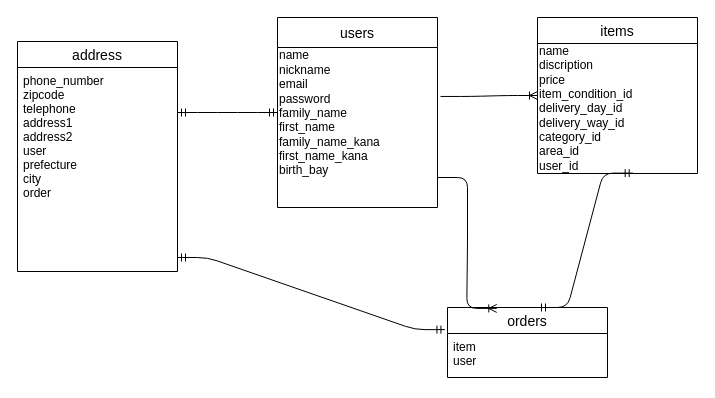
Before: page "ページ1" (1 of 2) of ER.dio in ababab0020/furima-38506, a draw.io diagram. Source tidied: cells renumbered, new cells numbered last; positions are measured from the earlier drawing's top-left corner, leaving out a move shared by most shapes. Both pictures are drawn from the tidied source at 100%, with x=0, y=0 at pixel (17, 17).
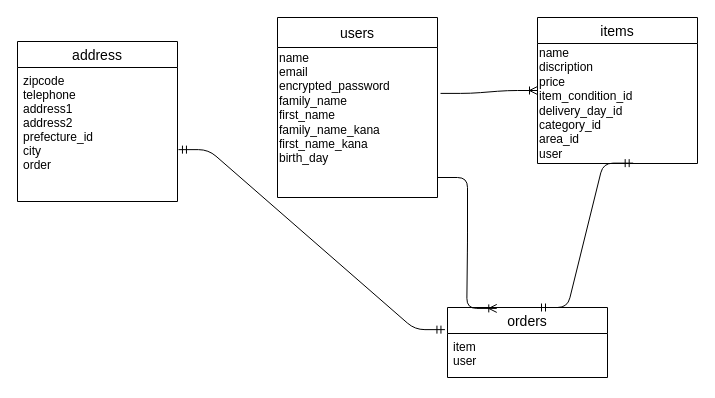
After the change.

Commit message:
データベース設計その５

The edit, as a diff of the source:
```diff
@@
 <mxGraphModel>
   <root>
     <mxCell id="0" />
     <mxCell id="1" parent="0" />
     <mxCell id="2" value="address" style="swimlane;fontStyle=0;horizontal=1;startSize=26;align=center;fontSize=14;" parent="1" vertex="1">
-      <mxGeometry y="24" width="160" height="230" as="geometry" />
+      <mxGeometry y="24" width="160" height="160" as="geometry" />
     </mxCell>
-    <mxCell id="3" value="phone_number&#10;zipcode&#10;telephone&#10;address1&#10;address2&#10;user&#10;prefecture&#10;city&#10;order" style="text;strokeColor=none;fillColor=none;spacingLeft=4;spacingRight=4;overflow=hidden;points=[[0,0.5],[1,0.5]];portConstraint=eastwest;fontSize=12;" parent="2" vertex="1">
-      <mxGeometry y="26" width="160" height="204" as="geometry" />
+    <mxCell id="3" value="zipcode&#10;telephone&#10;address1&#10;address2&#10;prefecture_id&#10;city&#10;order" style="text;strokeColor=none;fillColor=none;spacingLeft=4;spacingRight=4;overflow=hidden;points=[[0,0.5],[1,0.5]];portConstraint=eastwest;fontSize=12;" parent="2" vertex="1">
+      <mxGeometry y="26" width="160" height="134" as="geometry" />
     </mxCell>
-    <mxCell id="4" style="edgeStyle=entityRelationEdgeStyle;fontSize=12;html=1;endArrow=ERmandOne;startArrow=ERmandOne;" parent="1" edge="1" target="5">
-      <mxGeometry relative="1" as="geometry">
-        <mxPoint x="160" y="95" as="sourcePoint" />
-      </mxGeometry>
-    </mxCell>
     <mxCell id="5" value="users" style="swimlane;fontStyle=0;horizontal=1;startSize=30;align=center;fontSize=14;" parent="1" vertex="1">
-      <mxGeometry x="260" width="160" height="190" as="geometry" />
+      <mxGeometry x="260" width="160" height="180" as="geometry" />
     </mxCell>
-    <mxCell id="6" value="&lt;div&gt;&lt;span&gt;name&lt;/span&gt;&lt;/div&gt;&lt;div&gt;&lt;span&gt;nickname&lt;/span&gt;&lt;/div&gt;&lt;div&gt;&lt;span&gt;email&lt;/span&gt;&lt;/div&gt;&lt;div&gt;&lt;span&gt;password&lt;/span&gt;&lt;/div&gt;&lt;div&gt;&lt;span&gt;family_name&lt;/span&gt;&lt;/div&gt;&lt;div&gt;&lt;span&gt;first_name&lt;/span&gt;&lt;/div&gt;&lt;div&gt;&lt;span&gt;family_name_kana&lt;/span&gt;&lt;/div&gt;&lt;div&gt;&lt;span&gt;first_name_kana&lt;/span&gt;&lt;/div&gt;&lt;div&gt;birth_bay&lt;/div&gt;&lt;div&gt;&lt;span&gt;&lt;br&gt;&lt;/span&gt;&lt;/div&gt;&lt;div&gt;&lt;br&gt;&lt;/div&gt;" style="text;html=1;align=left;verticalAlign=middle;points=[];strokeColor=none;fillColor=none;" parent="5" vertex="1">
-      <mxGeometry y="30" width="160" height="160" as="geometry" />
+    <mxCell id="6" value="&lt;div&gt;&lt;span&gt;name&lt;/span&gt;&lt;/div&gt;&lt;div&gt;&lt;span&gt;email&lt;/span&gt;&lt;br&gt;&lt;/div&gt;&lt;div&gt;&lt;span&gt;encrypted_password&lt;/span&gt;&lt;/div&gt;&lt;div&gt;&lt;span&gt;family_name&lt;/span&gt;&lt;/div&gt;&lt;div&gt;&lt;span&gt;first_name&lt;/span&gt;&lt;/div&gt;&lt;div&gt;&lt;span&gt;family_name_kana&lt;/span&gt;&lt;/div&gt;&lt;div&gt;&lt;span&gt;first_name_kana&lt;/span&gt;&lt;/div&gt;&lt;div&gt;birth_day&lt;/div&gt;&lt;div&gt;&lt;span&gt;&lt;br&gt;&lt;/span&gt;&lt;/div&gt;&lt;div&gt;&lt;br&gt;&lt;/div&gt;" style="text;html=1;align=left;verticalAlign=middle;points=[];strokeColor=none;fillColor=none;" parent="5" vertex="1">
+      <mxGeometry y="30" width="160" height="150" as="geometry" />
     </mxCell>
     <mxCell id="7" style="edgeStyle=entityRelationEdgeStyle;fontSize=12;html=1;endArrow=ERoneToMany;exitX=1.019;exitY=0.306;exitDx=0;exitDy=0;exitPerimeter=0;" parent="1" edge="1" source="6" target="8">
       <mxGeometry relative="1" as="geometry" />
     </mxCell>
     <mxCell id="8" value="items" style="swimlane;fontStyle=0;horizontal=1;startSize=26;align=center;fontSize=14;fillColor=default;" parent="1" vertex="1">
-      <mxGeometry x="520" width="160" height="156" as="geometry" />
+      <mxGeometry x="520" width="160" height="146" as="geometry" />
     </mxCell>
-    <mxCell id="9" value="&lt;div&gt;&lt;span&gt;name&lt;/span&gt;&lt;/div&gt;&lt;div&gt;&lt;span&gt;discription&lt;/span&gt;&lt;/div&gt;&lt;div&gt;&lt;span&gt;price&lt;/span&gt;&lt;/div&gt;&lt;div&gt;&lt;span&gt;item_condition_id&lt;/span&gt;&lt;/div&gt;&lt;div&gt;&lt;span&gt;delivery_day_id&lt;/span&gt;&lt;/div&gt;&lt;div&gt;&lt;span&gt;delivery_way_id&lt;/span&gt;&lt;/div&gt;&lt;div&gt;&lt;span&gt;category_id&lt;/span&gt;&lt;/div&gt;&lt;div&gt;&lt;span&gt;area_id&lt;/span&gt;&lt;/div&gt;&lt;div&gt;&lt;span&gt;user_id&lt;/span&gt;&lt;/div&gt;" style="text;html=1;align=left;verticalAlign=middle;points=[];strokeColor=none;fillColor=none;" parent="8" vertex="1">
-      <mxGeometry y="26" width="160" height="130" as="geometry" />
+    <mxCell id="9" value="&lt;div&gt;&lt;span&gt;name&lt;/span&gt;&lt;/div&gt;&lt;div&gt;&lt;span&gt;discription&lt;/span&gt;&lt;/div&gt;&lt;div&gt;&lt;span&gt;price&lt;/span&gt;&lt;/div&gt;&lt;div&gt;&lt;span&gt;item_condition_id&lt;/span&gt;&lt;/div&gt;&lt;div&gt;&lt;span&gt;delivery_day_id&lt;/span&gt;&lt;/div&gt;&lt;div&gt;&lt;span&gt;category_id&lt;/span&gt;&lt;br&gt;&lt;/div&gt;&lt;div&gt;&lt;span&gt;area_id&lt;/span&gt;&lt;/div&gt;&lt;div&gt;&lt;span&gt;user&lt;/span&gt;&lt;/div&gt;" style="text;html=1;align=left;verticalAlign=middle;points=[];strokeColor=none;fillColor=none;" parent="8" vertex="1">
+      <mxGeometry y="26" width="160" height="120" as="geometry" />
     </mxCell>
     <mxCell id="10" value="orders" style="swimlane;fontStyle=0;horizontal=1;startSize=26;align=center;fontSize=14;fillColor=default;" parent="1" vertex="1">
       <mxGeometry x="430" y="290" width="160" height="70" as="geometry" />
     </mxCell>
     <mxCell id="11" value="item&#10;user" style="text;strokeColor=none;fillColor=none;spacingLeft=4;spacingRight=4;overflow=hidden;points=[[0,0.5],[1,0.5]];portConstraint=eastwest;fontSize=12;" parent="10" vertex="1">
       <mxGeometry y="26" width="160" height="44" as="geometry" />
     </mxCell>
     <mxCell id="12" style="edgeStyle=entityRelationEdgeStyle;fontSize=12;html=1;endArrow=ERmandOne;startArrow=ERmandOne;entryX=0.598;entryY=0.997;entryDx=0;entryDy=0;entryPerimeter=0;" parent="1" edge="1" target="9">
       <mxGeometry relative="1" as="geometry">
         <mxPoint x="520" y="290" as="sourcePoint" />
       </mxGeometry>
     </mxCell>
-    <mxCell id="13" style="edgeStyle=entityRelationEdgeStyle;fontSize=12;html=1;endArrow=ERmandOne;startArrow=ERmandOne;entryX=-0.016;entryY=-0.088;entryDx=0;entryDy=0;entryPerimeter=0;" parent="1" edge="1" target="11">
-      <mxGeometry relative="1" as="geometry">
-        <mxPoint x="160" y="240" as="sourcePoint" />
-      </mxGeometry>
+    <mxCell id="13" style="edgeStyle=entityRelationEdgeStyle;fontSize=12;html=1;endArrow=ERmandOne;startArrow=ERmandOne;entryX=-0.016;entryY=-0.088;entryDx=0;entryDy=0;entryPerimeter=0;exitX=1.006;exitY=0.613;exitDx=0;exitDy=0;exitPerimeter=0;" parent="1" edge="1" source="3" target="11">
+      <mxGeometry relative="1" as="geometry" />
     </mxCell>
     <mxCell id="14" style="edgeStyle=entityRelationEdgeStyle;fontSize=12;html=1;endArrow=ERoneToMany;entryX=0.308;entryY=0.013;entryDx=0;entryDy=0;entryPerimeter=0;" parent="1" edge="1" target="10">
       <mxGeometry relative="1" as="geometry">
         <mxPoint x="420" y="160" as="sourcePoint" />
       </mxGeometry>
     </mxCell>
   </root>
 </mxGraphModel>
```
